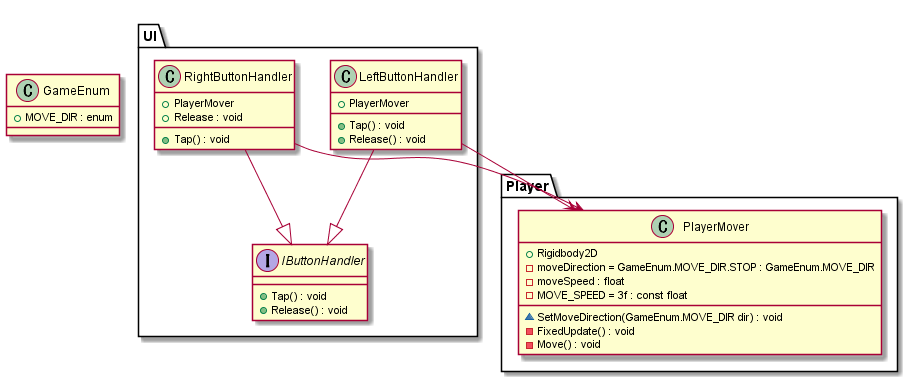
The PlantUML diagram out/TheRun/UML/class/TheRun.png in gladiolusbamboo/180921UnityTerakoyaAgain, before a commit.
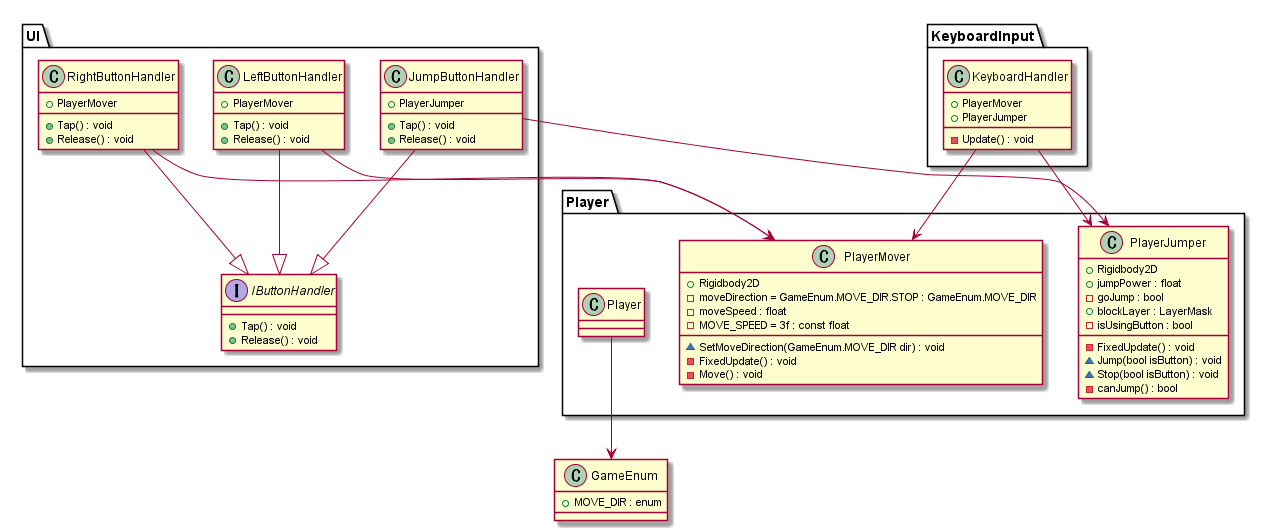
Above is the later version.

Change to the diagram source:
```diff
@@ -20,10 +20,18 @@
     class RightButtonHandler{
         + PlayerMover
         + Tap() : void
-        + Release : void
+        + Release() : void
     }
     RightButtonHandler --> Player.PlayerMover
     RightButtonHandler --|> IButtonHandler
+
+    class JumpButtonHandler{
+        + PlayerJumper
+        + Tap() : void
+        + Release() : void
+    }
+    JumpButtonHandler --> Player.PlayerJumper
+    JumpButtonHandler --|> IButtonHandler
 }
 
 namespace Player{
@@ -36,8 +44,29 @@
         - FixedUpdate() : void
         - Move() : void
     }
+    Player --> .GameEnum
+
+    class PlayerJumper{
+        + Rigidbody2D
+        + jumpPower : float
+        - goJump : bool
+        + blockLayer : LayerMask
+        - isUsingButton : bool
+        - FixedUpdate() : void
+        ~ Jump(bool isButton) : void
+        ~ Stop(bool isButton) : void
+        - canJump() : bool
+    }
 }
 
-
+namespace KeyboardInput{
+    class KeyboardHandler{
+        + PlayerMover
+        + PlayerJumper
+        - Update() : void
+    }
+    KeyboardHandler --> Player.PlayerMover
+    KeyboardHandler --> Player.PlayerJumper
+}
 
 @enduml
```
